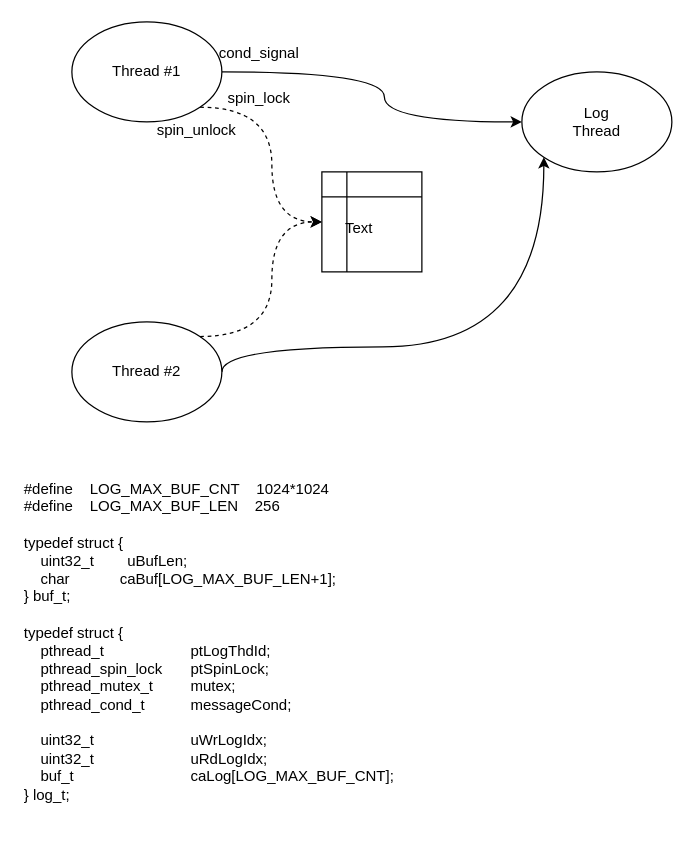
Above: page "log Thread" (7 of 7) of 제목 없는 다이어그램.drawio in aim65k/nextrade2 (draw.io), before the change. Source tidied: cells renumbered, new cells numbered last; positions are measured from the earlier drawing's top-left corner, leaving out a move shared by most shapes. Both pictures are drawn from the tidied source at 125%, with x=0, y=0 at pixel (21, 21).
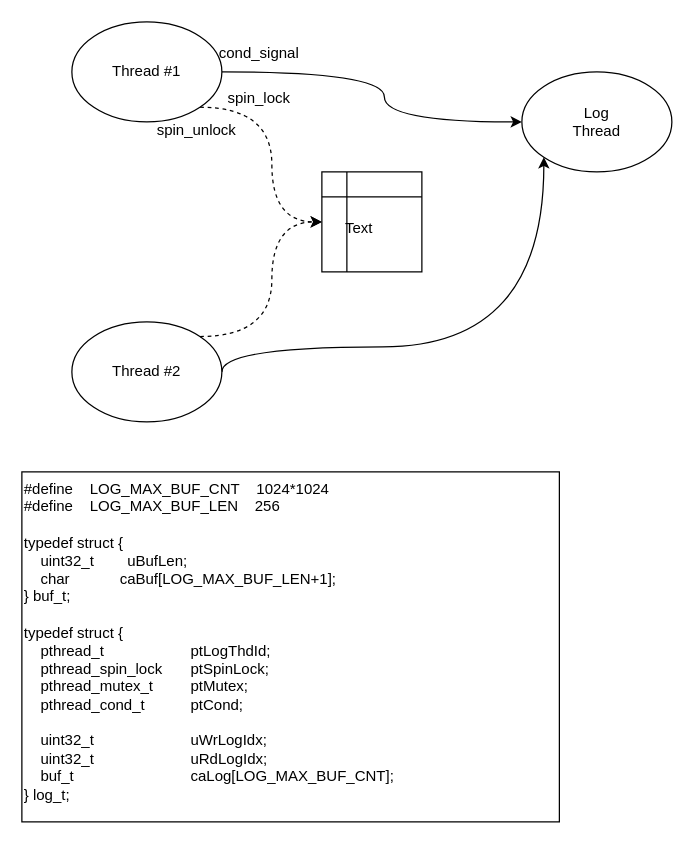
The same page after the edit.

Diff of the diagram source:
```diff
@@
 <mxGraphModel>
   <root>
     <mxCell id="0" />
     <mxCell id="1" parent="0" />
     <mxCell id="2" style="edgeStyle=orthogonalEdgeStyle;curved=1;rounded=0;jettySize=auto;html=1;exitX=1;exitY=1;exitDx=0;exitDy=0;entryX=0;entryY=0.5;entryDx=0;entryDy=0;dashed=1;" parent="1" edge="1" source="4" target="8">
       <mxGeometry relative="1" as="geometry" />
     </mxCell>
     <mxCell id="3" style="edgeStyle=orthogonalEdgeStyle;curved=1;rounded=0;jettySize=auto;html=1;exitX=1;exitY=0.5;exitDx=0;exitDy=0;entryX=0;entryY=0.5;entryDx=0;entryDy=0;" parent="1" edge="1" source="4" target="7">
       <mxGeometry relative="1" as="geometry">
         <Array as="points">
           <mxPoint x="290" y="40" />
           <mxPoint x="290" y="80" />
         </Array>
       </mxGeometry>
     </mxCell>
     <mxCell id="4" value="Thread #1" style="ellipse;whiteSpace=wrap;html=1;" parent="1" vertex="1">
       <mxGeometry x="40" width="120" height="80" as="geometry" />
     </mxCell>
     <mxCell id="5" style="edgeStyle=orthogonalEdgeStyle;curved=1;rounded=0;jettySize=auto;html=1;exitX=1;exitY=0.5;exitDx=0;exitDy=0;entryX=0;entryY=1;entryDx=0;entryDy=0;" parent="1" edge="1" source="6" target="7">
       <mxGeometry relative="1" as="geometry">
         <Array as="points">
           <mxPoint x="160" y="260" />
           <mxPoint x="418" y="260" />
         </Array>
       </mxGeometry>
     </mxCell>
     <mxCell id="6" value="Thread #2" style="ellipse;whiteSpace=wrap;html=1;" parent="1" vertex="1">
       <mxGeometry x="40" y="240" width="120" height="80" as="geometry" />
     </mxCell>
     <mxCell id="7" value="Log&lt;br&gt;Thread" style="ellipse;whiteSpace=wrap;html=1;" parent="1" vertex="1">
       <mxGeometry x="400" y="40" width="120" height="80" as="geometry" />
     </mxCell>
     <mxCell id="8" style="shape=internalStorage;whiteSpace=wrap;html=1;backgroundOutline=1;" parent="1" vertex="1">
       <mxGeometry x="240" y="120" width="80" height="80" as="geometry" />
     </mxCell>
     <mxCell id="9" style="edgeStyle=orthogonalEdgeStyle;curved=1;rounded=0;jettySize=auto;html=1;exitX=1;exitY=0;exitDx=0;exitDy=0;entryX=0;entryY=0.5;entryDx=0;entryDy=0;dashed=1;" parent="1" edge="1" source="6" target="8">
       <mxGeometry relative="1" as="geometry" />
     </mxCell>
-    <mxCell id="10" value="#define&lt;span style=&quot;&quot;&gt;&lt;span style=&quot;&quot;&gt;&amp;nbsp;&amp;nbsp;&amp;nbsp;&amp;nbsp;&lt;/span&gt;&lt;/span&gt;LOG_MAX_BUF_CNT&lt;span style=&quot;&quot;&gt;&lt;span style=&quot;&quot;&gt;&amp;nbsp;&amp;nbsp;&amp;nbsp;&amp;nbsp;&lt;/span&gt;&lt;/span&gt;1024*1024&lt;br&gt;#define&lt;span style=&quot;&quot;&gt;&lt;span style=&quot;&quot;&gt;&amp;nbsp;&amp;nbsp;&amp;nbsp;&amp;nbsp;&lt;/span&gt;&lt;/span&gt;LOG_MAX_BUF_LEN&lt;span style=&quot;&quot;&gt;&lt;span style=&quot;&quot;&gt;&amp;nbsp;&amp;nbsp;&amp;nbsp;&amp;nbsp;&lt;/span&gt;&lt;/span&gt;256&lt;br&gt;&lt;br&gt;typedef struct {&lt;br&gt;&lt;span style=&quot;&quot;&gt;&lt;span style=&quot;&quot;&gt;&amp;nbsp;&amp;nbsp;&amp;nbsp;&amp;nbsp;&lt;/span&gt;&lt;/span&gt;uint32_t&lt;span style=&quot;&quot;&gt;&lt;span style=&quot;&quot;&gt;&amp;nbsp;&amp;nbsp;&amp;nbsp;&amp;nbsp;&lt;/span&gt;&lt;/span&gt;&lt;span style=&quot;&quot;&gt;&lt;span style=&quot;&quot;&gt;&amp;nbsp;&amp;nbsp;&amp;nbsp;&amp;nbsp;&lt;/span&gt;&lt;/span&gt;uBufLen;&lt;br&gt;&lt;span style=&quot;&quot;&gt;&lt;span style=&quot;&quot;&gt;&amp;nbsp;&amp;nbsp;&amp;nbsp;&amp;nbsp;&lt;/span&gt;&lt;/span&gt;char&lt;span style=&quot;&quot;&gt;&lt;span style=&quot;&quot;&gt;&amp;nbsp;&amp;nbsp;&amp;nbsp;&amp;nbsp;&lt;/span&gt;&lt;/span&gt;&lt;span style=&quot;&quot;&gt;&lt;span style=&quot;&quot;&gt;&amp;nbsp;&amp;nbsp;&amp;nbsp;&amp;nbsp;&lt;/span&gt;&lt;/span&gt;&lt;span style=&quot;&quot;&gt;&lt;span style=&quot;&quot;&gt;&amp;nbsp;&amp;nbsp;&amp;nbsp;&amp;nbsp;&lt;/span&gt;&lt;/span&gt;caBuf[LOG_MAX_BUF_LEN+1];&lt;br&gt;} buf_t;&lt;br&gt;&lt;br&gt;typedef struct {&lt;br&gt;&lt;span style=&quot;background-color: initial;&quot;&gt;&lt;span style=&quot;&quot;&gt;&lt;span style=&quot;white-space: pre;&quot;&gt;&amp;nbsp;&amp;nbsp;&amp;nbsp;&amp;nbsp;&lt;/span&gt;&lt;/span&gt;pthread_t&lt;/span&gt;&lt;span style=&quot;background-color: initial;&quot;&gt;&lt;span style=&quot;&quot;&gt;&amp;nbsp;&amp;nbsp;&amp;nbsp;&amp;nbsp;&lt;/span&gt;&lt;/span&gt;&lt;span style=&quot;background-color: initial;&quot;&gt;&lt;span style=&quot;&quot;&gt;&amp;nbsp;&amp;nbsp;&amp;nbsp;&amp;nbsp;&lt;span style=&quot;&quot;&gt;&lt;span style=&quot;white-space: pre;&quot;&gt;&amp;nbsp;&amp;nbsp;&amp;nbsp;&amp;nbsp;&lt;/span&gt;&lt;/span&gt;&lt;span style=&quot;&quot;&gt;&lt;span style=&quot;white-space: pre;&quot;&gt;&amp;nbsp;&amp;nbsp;&amp;nbsp;&amp;nbsp;&lt;span style=&quot;white-space: pre;&quot;&gt;&#9;&lt;/span&gt;&lt;/span&gt;&lt;/span&gt;&lt;/span&gt;&lt;/span&gt;ptLogThdId;&lt;br&gt;&amp;nbsp; &amp;nbsp; pthread_spin_lock&lt;span style=&quot;white-space: pre;&quot;&gt;&#9;&lt;/span&gt;ptSpinLock;&lt;span style=&quot;background-color: initial;&quot;&gt;&lt;br&gt;&lt;/span&gt;&lt;span style=&quot;background-color: initial;&quot;&gt;&lt;span style=&quot;&quot;&gt;&lt;span style=&quot;&quot;&gt;&lt;span style=&quot;white-space: pre;&quot;&gt;&amp;nbsp;&amp;nbsp;&amp;nbsp;&amp;nbsp;&lt;/span&gt;&lt;/span&gt;&lt;/span&gt;&lt;/span&gt;&lt;span style=&quot;background-color: initial;&quot;&gt;pthread_mutex_t &lt;span style=&quot;&quot;&gt;&lt;span style=&quot;white-space: pre;&quot;&gt;&amp;nbsp;&amp;nbsp;&amp;nbsp;&amp;nbsp;&lt;span style=&quot;white-space: pre;&quot;&gt;&#9;&lt;/span&gt;&lt;/span&gt;&lt;/span&gt;mutex;&lt;/span&gt;&lt;span style=&quot;background-color: initial;&quot;&gt;&lt;br&gt;&lt;/span&gt;&lt;span style=&quot;&quot;&gt;&lt;span style=&quot;white-space: pre;&quot;&gt;&amp;nbsp;&amp;nbsp;&amp;nbsp;&amp;nbsp;&lt;/span&gt;&lt;/span&gt;pthread_cond_t &lt;span style=&quot;&quot;&gt;&lt;span style=&quot;white-space: pre;&quot;&gt;&amp;nbsp;&amp;nbsp;&amp;nbsp;&amp;nbsp;&lt;span style=&quot;white-space: pre;&quot;&gt;&#9;&lt;/span&gt;&lt;/span&gt;&lt;/span&gt;messageCond;&lt;br&gt;&lt;br&gt;&lt;span style=&quot;&quot;&gt;&lt;span style=&quot;white-space: pre;&quot;&gt;&amp;nbsp;&amp;nbsp;&amp;nbsp;&amp;nbsp;&lt;/span&gt;&lt;/span&gt;uint32_t&lt;span style=&quot;&quot;&gt;&lt;span style=&quot;white-space: pre;&quot;&gt;&amp;nbsp;&amp;nbsp;&amp;nbsp;&amp;nbsp;&lt;/span&gt;&lt;/span&gt;&lt;span style=&quot;&quot;&gt;&lt;span style=&quot;white-space: pre;&quot;&gt;&amp;nbsp;&amp;nbsp;&amp;nbsp;&amp;nbsp;&lt;/span&gt;&lt;/span&gt;&lt;span style=&quot;&quot;&gt;&lt;span style=&quot;white-space: pre;&quot;&gt;&amp;nbsp;&amp;nbsp;&amp;nbsp;&amp;nbsp;&lt;span style=&quot;white-space: pre;&quot;&gt;&#9;&lt;span style=&quot;white-space: pre;&quot;&gt;&#9;&lt;/span&gt;&lt;/span&gt;&lt;/span&gt;&lt;/span&gt;uWrLogIdx;&lt;br&gt;&lt;span style=&quot;&quot;&gt;&lt;span style=&quot;white-space: pre;&quot;&gt;&amp;nbsp;&amp;nbsp;&amp;nbsp;&amp;nbsp;&lt;/span&gt;&lt;/span&gt;uint32_t&lt;span style=&quot;&quot;&gt;&lt;span style=&quot;white-space: pre;&quot;&gt;&amp;nbsp;&amp;nbsp;&amp;nbsp;&amp;nbsp;&lt;/span&gt;&lt;/span&gt;&lt;span style=&quot;&quot;&gt;&lt;span style=&quot;white-space: pre;&quot;&gt;&amp;nbsp;&amp;nbsp;&amp;nbsp;&amp;nbsp;&lt;/span&gt;&lt;/span&gt;&lt;span style=&quot;&quot;&gt;&lt;span style=&quot;white-space: pre;&quot;&gt;&amp;nbsp;&amp;nbsp;&amp;nbsp;&amp;nbsp;&lt;span style=&quot;white-space: pre;&quot;&gt;&#9;&lt;span style=&quot;white-space: pre;&quot;&gt;&#9;&lt;/span&gt;&lt;/span&gt;&lt;/span&gt;&lt;/span&gt;uRdLogIdx;&lt;br&gt;&lt;span style=&quot;&quot;&gt;&lt;span style=&quot;white-space: pre;&quot;&gt;&amp;nbsp;&amp;nbsp;&amp;nbsp;&amp;nbsp;&lt;/span&gt;&lt;/span&gt;buf_t&lt;span style=&quot;&quot;&gt;&lt;span style=&quot;white-space: pre;&quot;&gt;&amp;nbsp;&amp;nbsp;&amp;nbsp;&amp;nbsp;&lt;/span&gt;&lt;/span&gt;&lt;span style=&quot;&quot;&gt;&lt;span style=&quot;white-space: pre;&quot;&gt;&amp;nbsp;&amp;nbsp;&amp;nbsp;&amp;nbsp;&lt;/span&gt;&lt;/span&gt;&lt;span style=&quot;&quot;&gt;&lt;span style=&quot;white-space: pre;&quot;&gt;&amp;nbsp;&amp;nbsp;&amp;nbsp;&amp;nbsp;&lt;span style=&quot;white-space: pre;&quot;&gt;&#9;&lt;/span&gt;&lt;span style=&quot;white-space: pre;&quot;&gt;&#9;&lt;/span&gt;&lt;/span&gt;&lt;/span&gt;caLog[LOG_MAX_BUF_CNT];&lt;br&gt;} log_t;" style="text;html=1;strokeColor=none;fillColor=none;align=left;verticalAlign=top;whiteSpace=wrap;rounded=0;" parent="1" vertex="1">
+    <mxCell id="10" value="#define&lt;span style=&quot;&quot;&gt;&lt;span style=&quot;&quot;&gt;&amp;nbsp;&amp;nbsp;&amp;nbsp;&amp;nbsp;&lt;/span&gt;&lt;/span&gt;LOG_MAX_BUF_CNT&lt;span style=&quot;&quot;&gt;&lt;span style=&quot;&quot;&gt;&amp;nbsp;&amp;nbsp;&amp;nbsp;&amp;nbsp;&lt;/span&gt;&lt;/span&gt;1024*1024&lt;br&gt;#define&lt;span style=&quot;&quot;&gt;&lt;span style=&quot;&quot;&gt;&amp;nbsp;&amp;nbsp;&amp;nbsp;&amp;nbsp;&lt;/span&gt;&lt;/span&gt;LOG_MAX_BUF_LEN&lt;span style=&quot;&quot;&gt;&lt;span style=&quot;&quot;&gt;&amp;nbsp;&amp;nbsp;&amp;nbsp;&amp;nbsp;&lt;/span&gt;&lt;/span&gt;256&lt;br&gt;&lt;br&gt;typedef struct {&lt;br&gt;&lt;span style=&quot;&quot;&gt;&lt;span style=&quot;&quot;&gt;&amp;nbsp;&amp;nbsp;&amp;nbsp;&amp;nbsp;&lt;/span&gt;&lt;/span&gt;uint32_t&lt;span style=&quot;&quot;&gt;&lt;span style=&quot;&quot;&gt;&amp;nbsp;&amp;nbsp;&amp;nbsp;&amp;nbsp;&lt;/span&gt;&lt;/span&gt;&lt;span style=&quot;&quot;&gt;&lt;span style=&quot;&quot;&gt;&amp;nbsp;&amp;nbsp;&amp;nbsp;&amp;nbsp;&lt;/span&gt;&lt;/span&gt;uBufLen;&lt;br&gt;&lt;span style=&quot;&quot;&gt;&lt;span style=&quot;&quot;&gt;&amp;nbsp;&amp;nbsp;&amp;nbsp;&amp;nbsp;&lt;/span&gt;&lt;/span&gt;char&lt;span style=&quot;&quot;&gt;&lt;span style=&quot;&quot;&gt;&amp;nbsp;&amp;nbsp;&amp;nbsp;&amp;nbsp;&lt;/span&gt;&lt;/span&gt;&lt;span style=&quot;&quot;&gt;&lt;span style=&quot;&quot;&gt;&amp;nbsp;&amp;nbsp;&amp;nbsp;&amp;nbsp;&lt;/span&gt;&lt;/span&gt;&lt;span style=&quot;&quot;&gt;&lt;span style=&quot;&quot;&gt;&amp;nbsp;&amp;nbsp;&amp;nbsp;&amp;nbsp;&lt;/span&gt;&lt;/span&gt;caBuf[LOG_MAX_BUF_LEN+1];&lt;br&gt;} buf_t;&lt;br&gt;&lt;br&gt;typedef struct {&lt;br&gt;&lt;span style=&quot;background-color: initial;&quot;&gt;&lt;span style=&quot;&quot;&gt;&lt;span style=&quot;white-space: pre;&quot;&gt;&amp;nbsp;&amp;nbsp;&amp;nbsp;&amp;nbsp;&lt;/span&gt;&lt;/span&gt;pthread_t&lt;/span&gt;&lt;span style=&quot;background-color: initial;&quot;&gt;&lt;span style=&quot;&quot;&gt;&amp;nbsp;&amp;nbsp;&amp;nbsp;&amp;nbsp;&lt;/span&gt;&lt;/span&gt;&lt;span style=&quot;background-color: initial;&quot;&gt;&lt;span style=&quot;&quot;&gt;&amp;nbsp;&amp;nbsp;&amp;nbsp;&amp;nbsp;&lt;span style=&quot;&quot;&gt;&lt;span style=&quot;white-space: pre;&quot;&gt;&amp;nbsp;&amp;nbsp;&amp;nbsp;&amp;nbsp;&lt;/span&gt;&lt;/span&gt;&lt;span style=&quot;&quot;&gt;&lt;span style=&quot;white-space: pre;&quot;&gt;&amp;nbsp;&amp;nbsp;&amp;nbsp;&amp;nbsp;&lt;span style=&quot;white-space: pre;&quot;&gt;&#9;&lt;/span&gt;&lt;/span&gt;&lt;/span&gt;&lt;/span&gt;&lt;/span&gt;ptLogThdId;&lt;br&gt;&amp;nbsp; &amp;nbsp; pthread_spin_lock&lt;span style=&quot;white-space: pre;&quot;&gt;&#9;&lt;/span&gt;ptSpinLock;&lt;span style=&quot;background-color: initial;&quot;&gt;&lt;br&gt;&lt;/span&gt;&lt;span style=&quot;background-color: initial;&quot;&gt;&lt;span style=&quot;&quot;&gt;&lt;span style=&quot;&quot;&gt;&lt;span style=&quot;white-space: pre;&quot;&gt;&amp;nbsp;&amp;nbsp;&amp;nbsp;&amp;nbsp;&lt;/span&gt;&lt;/span&gt;&lt;/span&gt;&lt;/span&gt;&lt;span style=&quot;background-color: initial;&quot;&gt;pthread_mutex_t &lt;span style=&quot;&quot;&gt;&lt;span style=&quot;white-space: pre;&quot;&gt;&amp;nbsp;&amp;nbsp;&amp;nbsp;&amp;nbsp;&lt;span style=&quot;white-space: pre;&quot;&gt;&#9;&lt;/span&gt;ptM&lt;/span&gt;&lt;/span&gt;utex;&lt;/span&gt;&lt;span style=&quot;background-color: initial;&quot;&gt;&lt;br&gt;&lt;/span&gt;&lt;span style=&quot;&quot;&gt;&lt;span style=&quot;white-space: pre;&quot;&gt;&amp;nbsp;&amp;nbsp;&amp;nbsp;&amp;nbsp;&lt;/span&gt;&lt;/span&gt;pthread_cond_t &lt;span style=&quot;&quot;&gt;&lt;span style=&quot;white-space: pre;&quot;&gt;&amp;nbsp;&amp;nbsp;&amp;nbsp;&amp;nbsp;&lt;span style=&quot;white-space: pre;&quot;&gt;&#9;&lt;/span&gt;ptC&lt;/span&gt;&lt;/span&gt;ond;&lt;br&gt;&lt;br&gt;&lt;span style=&quot;&quot;&gt;&lt;span style=&quot;white-space: pre;&quot;&gt;&amp;nbsp;&amp;nbsp;&amp;nbsp;&amp;nbsp;&lt;/span&gt;&lt;/span&gt;uint32_t&lt;span style=&quot;&quot;&gt;&lt;span style=&quot;white-space: pre;&quot;&gt;&amp;nbsp;&amp;nbsp;&amp;nbsp;&amp;nbsp;&lt;/span&gt;&lt;/span&gt;&lt;span style=&quot;&quot;&gt;&lt;span style=&quot;white-space: pre;&quot;&gt;&amp;nbsp;&amp;nbsp;&amp;nbsp;&amp;nbsp;&lt;/span&gt;&lt;/span&gt;&lt;span style=&quot;&quot;&gt;&lt;span style=&quot;white-space: pre;&quot;&gt;&amp;nbsp;&amp;nbsp;&amp;nbsp;&amp;nbsp;&lt;span style=&quot;white-space: pre;&quot;&gt;&#9;&lt;span style=&quot;white-space: pre;&quot;&gt;&#9;&lt;/span&gt;&lt;/span&gt;&lt;/span&gt;&lt;/span&gt;uWrLogIdx;&lt;br&gt;&lt;span style=&quot;&quot;&gt;&lt;span style=&quot;white-space: pre;&quot;&gt;&amp;nbsp;&amp;nbsp;&amp;nbsp;&amp;nbsp;&lt;/span&gt;&lt;/span&gt;uint32_t&lt;span style=&quot;&quot;&gt;&lt;span style=&quot;white-space: pre;&quot;&gt;&amp;nbsp;&amp;nbsp;&amp;nbsp;&amp;nbsp;&lt;/span&gt;&lt;/span&gt;&lt;span style=&quot;&quot;&gt;&lt;span style=&quot;white-space: pre;&quot;&gt;&amp;nbsp;&amp;nbsp;&amp;nbsp;&amp;nbsp;&lt;/span&gt;&lt;/span&gt;&lt;span style=&quot;&quot;&gt;&lt;span style=&quot;white-space: pre;&quot;&gt;&amp;nbsp;&amp;nbsp;&amp;nbsp;&amp;nbsp;&lt;span style=&quot;white-space: pre;&quot;&gt;&#9;&lt;span style=&quot;white-space: pre;&quot;&gt;&#9;&lt;/span&gt;&lt;/span&gt;&lt;/span&gt;&lt;/span&gt;uRdLogIdx;&lt;br&gt;&lt;span style=&quot;&quot;&gt;&lt;span style=&quot;white-space: pre;&quot;&gt;&amp;nbsp;&amp;nbsp;&amp;nbsp;&amp;nbsp;&lt;/span&gt;&lt;/span&gt;buf_t&lt;span style=&quot;&quot;&gt;&lt;span style=&quot;white-space: pre;&quot;&gt;&amp;nbsp;&amp;nbsp;&amp;nbsp;&amp;nbsp;&lt;/span&gt;&lt;/span&gt;&lt;span style=&quot;&quot;&gt;&lt;span style=&quot;white-space: pre;&quot;&gt;&amp;nbsp;&amp;nbsp;&amp;nbsp;&amp;nbsp;&lt;/span&gt;&lt;/span&gt;&lt;span style=&quot;&quot;&gt;&lt;span style=&quot;white-space: pre;&quot;&gt;&amp;nbsp;&amp;nbsp;&amp;nbsp;&amp;nbsp;&lt;span style=&quot;white-space: pre;&quot;&gt;&#9;&lt;/span&gt;&lt;span style=&quot;white-space: pre;&quot;&gt;&#9;&lt;/span&gt;&lt;/span&gt;&lt;/span&gt;caLog[LOG_MAX_BUF_CNT];&lt;br&gt;} log_t;" style="text;html=1;strokeColor=default;fillColor=none;align=left;verticalAlign=top;whiteSpace=wrap;rounded=0;" parent="1" vertex="1">
       <mxGeometry y="360" width="430" height="280" as="geometry" />
     </mxCell>
     <mxCell id="11" value="Text" style="text;html=1;strokeColor=none;fillColor=none;align=center;verticalAlign=middle;whiteSpace=wrap;rounded=0;" parent="1" vertex="1">
       <mxGeometry x="240" y="150" width="60" height="30" as="geometry" />
     </mxCell>
     <mxCell id="12" value="spin_lock" style="text;html=1;strokeColor=none;fillColor=none;align=center;verticalAlign=middle;whiteSpace=wrap;rounded=0;" parent="1" vertex="1">
       <mxGeometry x="160" y="46" width="60" height="30" as="geometry" />
     </mxCell>
     <mxCell id="13" value="spin_unlock" style="text;html=1;strokeColor=none;fillColor=none;align=center;verticalAlign=middle;whiteSpace=wrap;rounded=0;" parent="1" vertex="1">
       <mxGeometry x="110" y="72" width="60" height="30" as="geometry" />
     </mxCell>
     <mxCell id="14" value="cond_signal" style="text;html=1;strokeColor=none;fillColor=none;align=center;verticalAlign=middle;whiteSpace=wrap;rounded=0;" parent="1" vertex="1">
       <mxGeometry x="160" y="10" width="60" height="30" as="geometry" />
     </mxCell>
   </root>
 </mxGraphModel>
```
